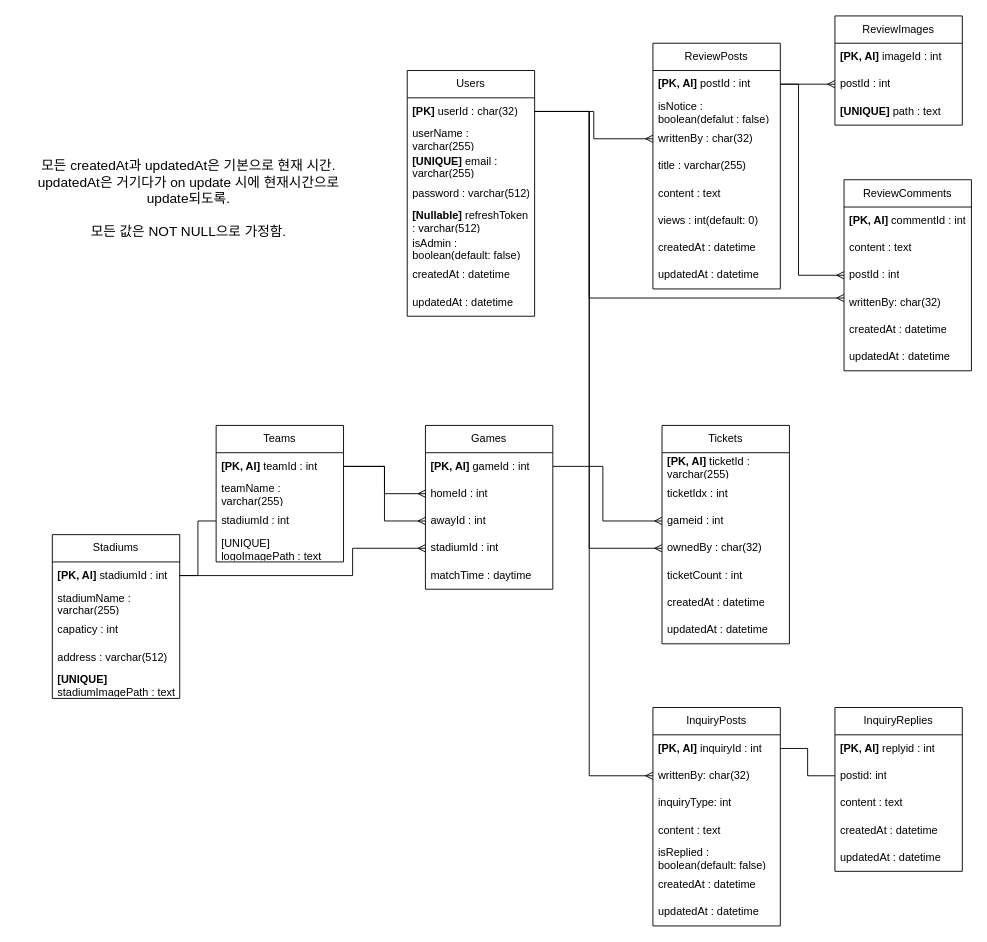
Before: 제목 없는 다이어그램.drawio in fudoge/koreaticket-server, a draw.io diagram. Source tidied: cells renumbered, new cells numbered last; positions are measured from the earlier drawing's top-left corner, leaving out a move shared by most shapes. Both pictures are drawn from the tidied source at 91%, with x=0, y=0 at pixel (15, 15).
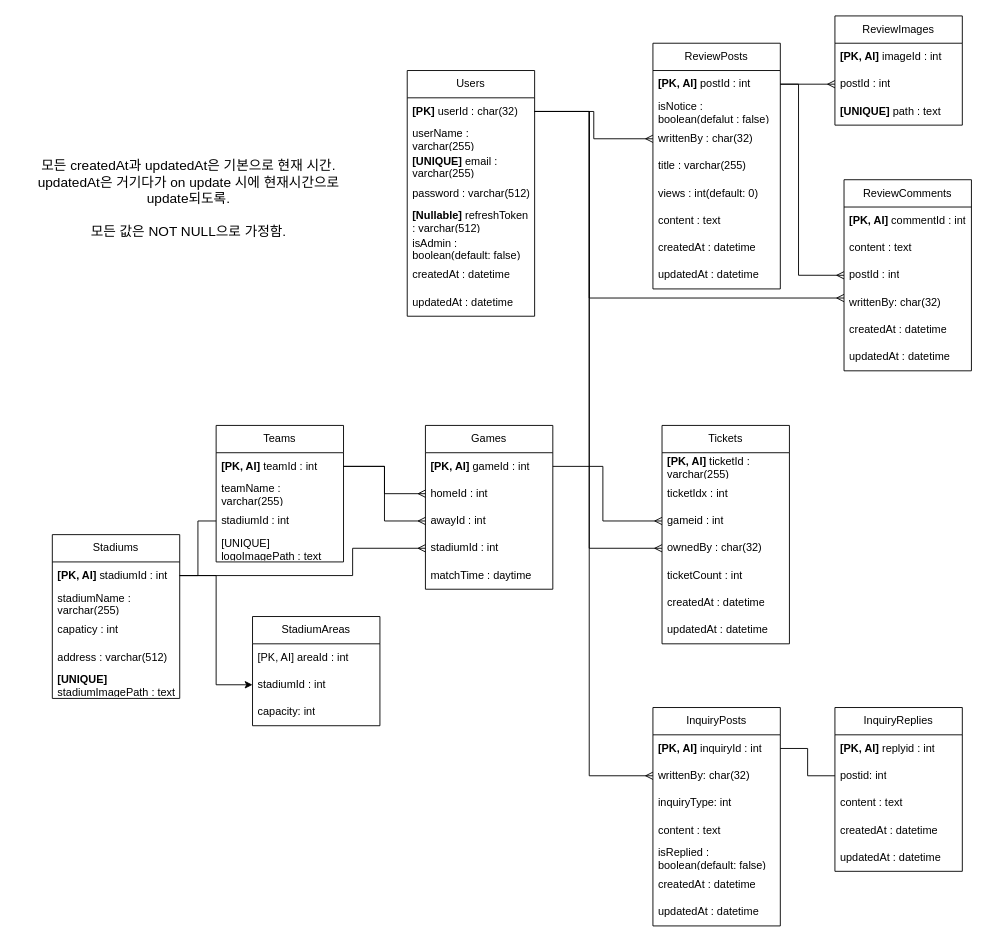
The same diagram, later.

Commit message:
ERD - 경기장 구역별로 분할, 티켓 개수로 분할

The change refers to these unchanged cells:
```xml
<mxCell id="11" value="ReviewPosts" style="swimlane;fontStyle=0;horizontal=1;startSize=30;whiteSpace=wrap;html=1;" parent="1" vertex="1">
  <mxGeometry x="700" y="30" width="140" height="270" as="geometry" />
</mxCell>
<mxCell id="52" value="&lt;b&gt;[PK, AI]&lt;/b&gt; stadiumId : int" style="text;strokeColor=none;fillColor=none;align=left;verticalAlign=middle;spacingLeft=4;spacingRight=4;overflow=hidden;points=[[0,0.5],[1,0.5]];portConstraint=eastwest;whiteSpace=wrap;html=1;" parent="51" vertex="1">
  <mxGeometry y="30" width="140" height="30" as="geometry" />
</mxCell>
```

Diff of the diagram source:
```diff
@@
+    <mxCell id="17" value="views : int(default: 0)" style="text;strokeColor=none;fillColor=none;align=left;verticalAlign=middle;spacingLeft=4;spacingRight=4;overflow=hidden;whiteSpace=wrap;html=1;" parent="11" vertex="1">
+      <mxGeometry y="150" width="140" height="30" as="geometry" />
+    </mxCell>
     <mxCell id="16" value="content : text" style="text;strokeColor=none;fillColor=none;align=left;verticalAlign=middle;spacingLeft=4;spacingRight=4;overflow=hidden;whiteSpace=wrap;html=1;" parent="11" vertex="1">
-      <mxGeometry y="150" width="140" height="30" as="geometry" />
+      <mxGeometry y="180" width="140" height="30" as="geometry" />
     </mxCell>
-    <mxCell id="17" value="views : int(default: 0)" style="text;strokeColor=none;fillColor=none;align=left;verticalAlign=middle;spacingLeft=4;spacingRight=4;overflow=hidden;whiteSpace=wrap;html=1;" parent="11" vertex="1">
-      <mxGeometry y="180" width="140" height="30" as="geometry" />
-    </mxCell>
@@
+    <mxCell id="83" value="StadiumAreas" style="swimlane;fontStyle=0;horizontal=1;startSize=30;whiteSpace=wrap;html=1;" parent="1" vertex="1">
+      <mxGeometry x="260" y="660" width="140" height="120" as="geometry" />
+    </mxCell>
+    <mxCell id="84" value="[PK, AI] areaId : int" style="text;strokeColor=none;fillColor=none;align=left;verticalAlign=middle;spacingLeft=4;spacingRight=4;overflow=hidden;whiteSpace=wrap;html=1;" parent="83" vertex="1">
+      <mxGeometry y="30" width="140" height="30" as="geometry" />
+    </mxCell>
+    <mxCell id="85" value="stadiumId : int" style="text;strokeColor=none;fillColor=none;align=left;verticalAlign=middle;spacingLeft=4;spacingRight=4;overflow=hidden;points=[[0,0.5],[1,0.5]];portConstraint=eastwest;whiteSpace=wrap;html=1;" parent="83" vertex="1">
+      <mxGeometry y="60" width="140" height="30" as="geometry" />
+    </mxCell>
+    <mxCell id="86" value="capacity: int" style="text;strokeColor=none;fillColor=none;align=left;verticalAlign=middle;spacingLeft=4;spacingRight=4;overflow=hidden;whiteSpace=wrap;html=1;" parent="83" vertex="1">
+      <mxGeometry y="90" width="140" height="30" as="geometry" />
+    </mxCell>
+    <mxCell id="87" style="edgeStyle=orthogonalEdgeStyle;rounded=0;jettySize=auto;html=1;exitX=1;exitY=0.5;exitDx=0;exitDy=0;entryX=0;entryY=0.5;entryDx=0;entryDy=0;" parent="1" edge="1" source="52" target="85">
+      <mxGeometry relative="1" as="geometry" />
+    </mxCell>
```
